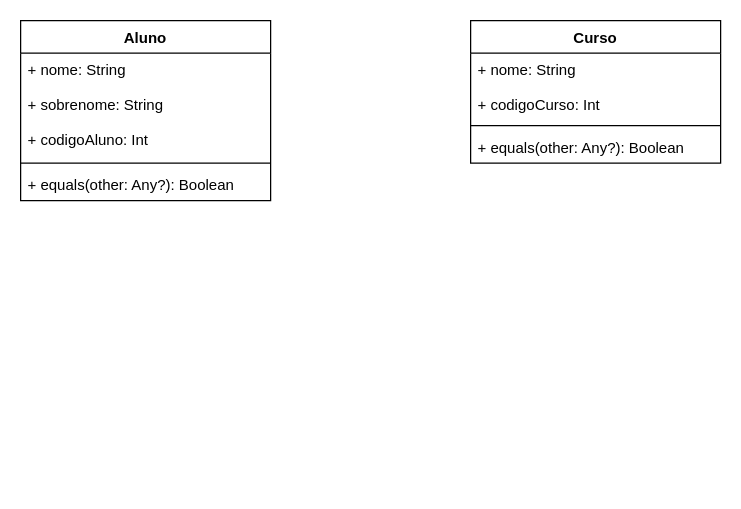
Before: DesafioKotlin.drawio in artchier/desafio_kotlin, a draw.io diagram. Source tidied: cells renumbered, new cells numbered last; positions are measured from the earlier drawing's top-left corner, leaving out a move shared by most shapes. Both pictures are drawn from the tidied source at 125%, with x=0, y=0 at pixel (20, 20).
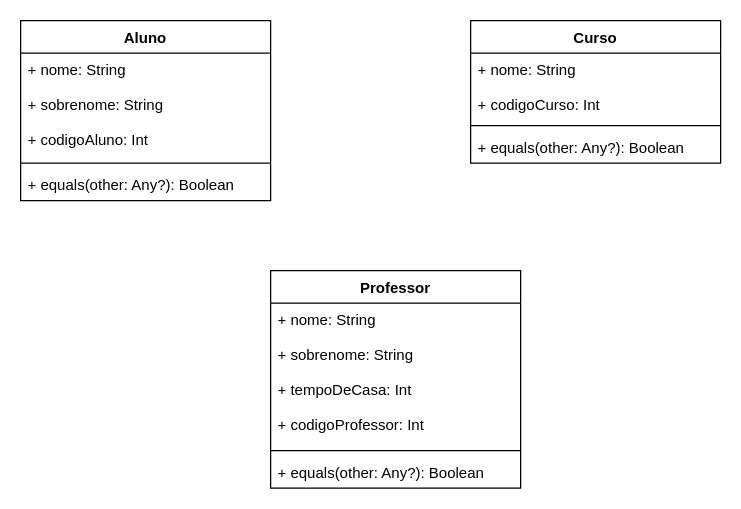
Above is the later version.

Commit message (it also covers changes not shown here):
Parte C - Criando a classe Professor

Change to the diagram source:
```diff
@@
 <mxGraphModel>
   <root>
     <mxCell id="0" />
     <mxCell id="1" parent="0" />
     <mxCell id="2" value="Aluno" style="swimlane;fontStyle=1;align=center;verticalAlign=top;horizontal=1;startSize=26;" parent="1" vertex="1">
       <mxGeometry width="200" height="144" as="geometry" />
     </mxCell>
     <mxCell id="3" value="+ nome: String&#10;&#10;+ sobrenome: String&#10;&#10;+ codigoAluno: Int" style="text;strokeColor=none;fillColor=none;align=left;verticalAlign=top;spacingLeft=4;spacingRight=4;overflow=hidden;" parent="2" vertex="1">
       <mxGeometry y="26" width="200" height="84" as="geometry" />
     </mxCell>
     <mxCell id="4" style="line;strokeWidth=1;fillColor=none;align=left;verticalAlign=middle;spacingTop=-1;spacingLeft=3;spacingRight=3;labelPosition=right;" parent="2" vertex="1">
       <mxGeometry y="110" width="200" height="8" as="geometry" />
     </mxCell>
     <mxCell id="5" value="+ equals(other: Any?): Boolean" style="text;strokeColor=none;fillColor=none;align=left;verticalAlign=top;spacingLeft=4;spacingRight=4;overflow=hidden;" parent="2" vertex="1">
       <mxGeometry y="118" width="200" height="26" as="geometry" />
     </mxCell>
     <mxCell id="6" value="Curso" style="swimlane;fontStyle=1;align=center;verticalAlign=top;horizontal=1;startSize=26;" parent="1" vertex="1">
       <mxGeometry x="360" width="200" height="114" as="geometry" />
     </mxCell>
     <mxCell id="7" value="+ nome: String&#10;&#10;+ codigoCurso: Int" style="text;strokeColor=none;fillColor=none;align=left;verticalAlign=top;spacingLeft=4;spacingRight=4;overflow=hidden;" parent="6" vertex="1">
       <mxGeometry y="26" width="200" height="54" as="geometry" />
     </mxCell>
     <mxCell id="8" style="line;strokeWidth=1;fillColor=none;align=left;verticalAlign=middle;spacingTop=-1;spacingLeft=3;spacingRight=3;labelPosition=right;" parent="6" vertex="1">
       <mxGeometry y="80" width="200" height="8" as="geometry" />
     </mxCell>
     <mxCell id="9" value="+ equals(other: Any?): Boolean" style="text;strokeColor=none;fillColor=none;align=left;verticalAlign=top;spacingLeft=4;spacingRight=4;overflow=hidden;" parent="6" vertex="1">
       <mxGeometry y="88" width="200" height="26" as="geometry" />
     </mxCell>
+    <mxCell id="10" value="Professor" style="swimlane;fontStyle=1;align=center;verticalAlign=top;horizontal=1;startSize=26;" parent="1" vertex="1">
+      <mxGeometry x="200" y="200" width="200" height="174" as="geometry" />
+    </mxCell>
+    <mxCell id="11" value="+ nome: String&#10;&#10;+ sobrenome: String&#10;&#10;+ tempoDeCasa: Int&#10;&#10;+ codigoProfessor: Int" style="text;strokeColor=none;fillColor=none;align=left;verticalAlign=top;spacingLeft=4;spacingRight=4;overflow=hidden;" parent="10" vertex="1">
+      <mxGeometry y="26" width="200" height="114" as="geometry" />
+    </mxCell>
+    <mxCell id="12" style="line;strokeWidth=1;fillColor=none;align=left;verticalAlign=middle;spacingTop=-1;spacingLeft=3;spacingRight=3;labelPosition=right;" parent="10" vertex="1">
+      <mxGeometry y="140" width="200" height="8" as="geometry" />
+    </mxCell>
+    <mxCell id="13" value="+ equals(other: Any?): Boolean" style="text;strokeColor=none;fillColor=none;align=left;verticalAlign=top;spacingLeft=4;spacingRight=4;overflow=hidden;" parent="10" vertex="1">
+      <mxGeometry y="148" width="200" height="26" as="geometry" />
+    </mxCell>
   </root>
 </mxGraphModel>
```
